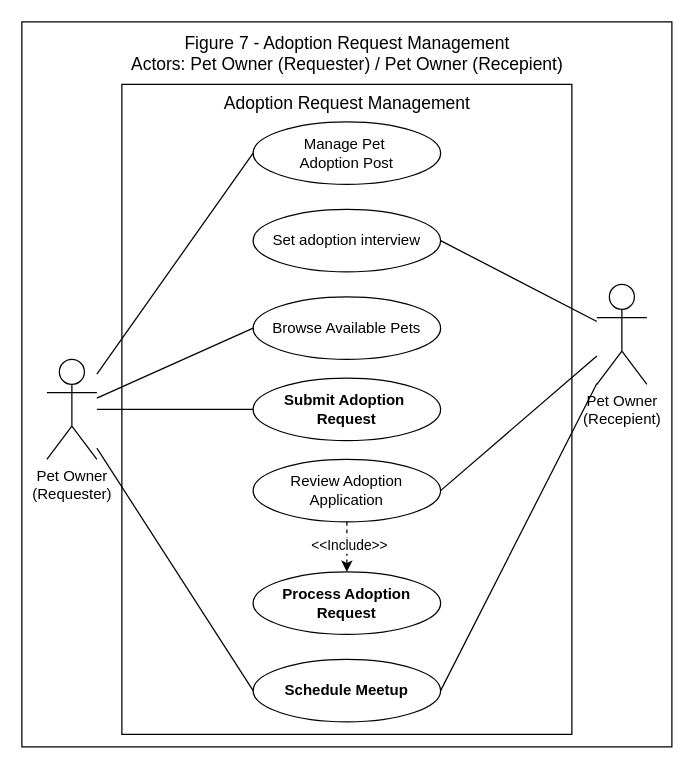
Earlier version of the draw.io diagram page "Fig-7" (7 of 10) of USE-CASE_Diagram_Franco.drawio (Chels013/Breedr-Diagrams). Source tidied: cells renumbered, new cells numbered last; positions are measured from the earlier drawing's top-left corner, leaving out a move shared by most shapes. Both pictures are drawn from the tidied source at 125%, with x=0, y=0 at pixel (21, 21).
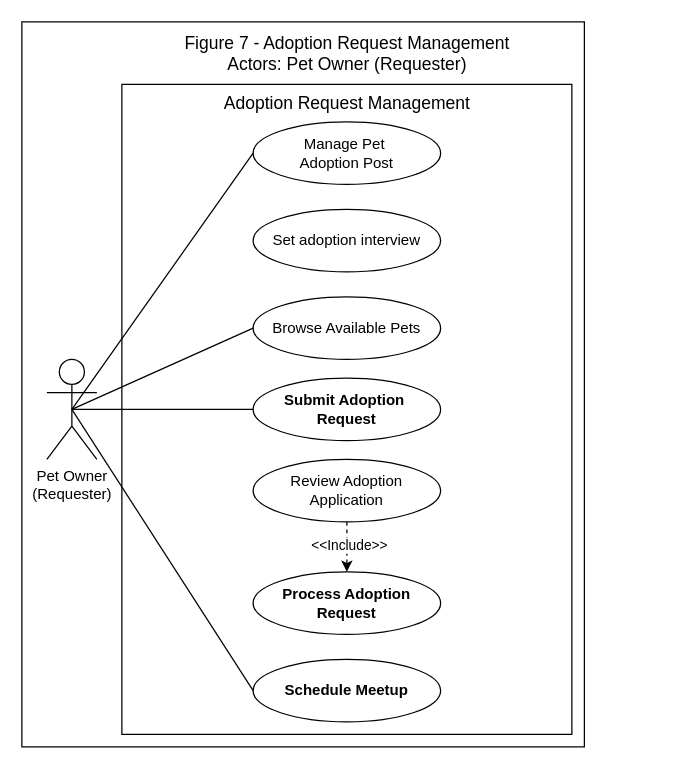
The same diagram, later.

Commit message (it also covers changes not shown here):
i revised the figure 7 and 9 in use case

The change refers to these unchanged cells:
```xml
<mxCell id="6" value="Manage Pet&amp;nbsp;&lt;div&gt;Adoption Post&lt;/div&gt;" style="ellipse;whiteSpace=wrap;html=1;" parent="1" vertex="1">
  <mxGeometry x="185" y="80" width="150" height="50" as="geometry" />
</mxCell>
<mxCell id="7" value="Set adoption interview" style="ellipse;whiteSpace=wrap;html=1;" parent="1" vertex="1">
  <mxGeometry x="185" y="150" width="150" height="50" as="geometry" />
</mxCell>
<mxCell id="8" value="Browse Available Pets" style="ellipse;whiteSpace=wrap;html=1;" parent="1" vertex="1">
  <mxGeometry x="185" y="220" width="150" height="50" as="geometry" />
</mxCell>
<mxCell id="9" value="&lt;span&gt;&lt;b&gt;&lt;/b&gt;&lt;/span&gt;&lt;span&gt;&lt;b&gt;Submit Adoption&amp;nbsp;&lt;/b&gt;&lt;/span&gt;&lt;div&gt;&lt;span&gt;&lt;b&gt;Request&lt;/b&gt;&lt;/span&gt;&lt;/div&gt;" style="ellipse;whiteSpace=wrap;html=1;" parent="1" vertex="1">
  <mxGeometry x="185" y="285" width="150" height="50" as="geometry" />
</mxCell>
<mxCell id="10" value="Pet Owner&lt;br&gt;(Requester)" style="shape=umlActor;verticalLabelPosition=bottom;verticalAlign=top;html=1;outlineConnect=0;" parent="1" vertex="1">
  <mxGeometry x="20" y="270" width="40" height="80" as="geometry" />
</mxCell>
<mxCell id="12" value="Review Adoption Application" style="ellipse;whiteSpace=wrap;html=1;" parent="1" vertex="1">
  <mxGeometry x="185" y="350" width="150" height="50" as="geometry" />
</mxCell>
<mxCell id="14" value="&lt;span&gt;&lt;b&gt;&lt;/b&gt;&lt;/span&gt;&lt;span&gt;&lt;b&gt;Schedule Meetup&lt;/b&gt;&lt;/span&gt;" style="ellipse;whiteSpace=wrap;html=1;" parent="1" vertex="1">
  <mxGeometry x="185" y="510" width="150" height="50" as="geometry" />
</mxCell>
```

Change to the diagram source:
```diff
@@
     <mxCell id="2" style="rounded=0;whiteSpace=wrap;html=1;" parent="1" vertex="1">
-      <mxGeometry width="520" height="580" as="geometry" />
+      <mxGeometry width="450" height="580" as="geometry" />
     </mxCell>
@@
-    <mxCell id="4" value="Figure 7 - Adoption Request Management&lt;div&gt;Actors: Pet Owner (Requester) / Pet Owner (Recepient)&lt;/div&gt;" style="text;html=1;align=center;verticalAlign=middle;whiteSpace=wrap;rounded=0;fontSize=14;" parent="1" vertex="1">
+    <mxCell id="4" value="Figure 7 - Adoption Request Management&lt;div&gt;Actors: Pet Owner (Requester)&lt;/div&gt;" style="text;html=1;align=center;verticalAlign=middle;whiteSpace=wrap;rounded=0;fontSize=14;" parent="1" vertex="1">
       <mxGeometry x="82.5" y="10" width="355" height="30" as="geometry" />
     </mxCell>
@@
-    <mxCell id="11" value="Pet Owner&lt;div&gt;(Recepient)&lt;/div&gt;" style="shape=umlActor;verticalLabelPosition=bottom;verticalAlign=top;html=1;outlineConnect=0;" parent="1" vertex="1">
-      <mxGeometry x="460" y="210" width="40" height="80" as="geometry" />
-    </mxCell>
@@
-    <mxCell id="15" style="endArrow=none;html=1;entryX=0;entryY=0.5;entryDx=0;entryDy=0;" parent="1" edge="1" source="10" target="6">
+    <mxCell id="15" style="endArrow=none;html=1;entryX=0;entryY=0.5;entryDx=0;entryDy=0;exitX=0.5;exitY=0.5;exitDx=0;exitDy=0;exitPerimeter=0;" parent="1" edge="1" source="10" target="6">
       <mxGeometry relative="1" as="geometry" />
     </mxCell>
-    <mxCell id="16" style="endArrow=none;html=1;entryX=1;entryY=0.5;entryDx=0;entryDy=0;" parent="1" edge="1" source="11" target="7">
-      <mxGeometry relative="1" as="geometry" />
-    </mxCell>
-    <mxCell id="17" style="endArrow=none;html=1;entryX=0;entryY=0.5;entryDx=0;entryDy=0;" parent="1" edge="1" source="10" target="8">
+    <mxCell id="17" style="endArrow=none;html=1;entryX=0;entryY=0.5;entryDx=0;entryDy=0;exitX=0.5;exitY=0.5;exitDx=0;exitDy=0;exitPerimeter=0;" parent="1" edge="1" source="10" target="8">
       <mxGeometry relative="1" as="geometry" />
     </mxCell>
-    <mxCell id="18" style="endArrow=none;html=1;entryX=0;entryY=0.5;entryDx=0;entryDy=0;" parent="1" edge="1" source="10" target="9">
+    <mxCell id="18" style="endArrow=none;html=1;entryX=0;entryY=0.5;entryDx=0;entryDy=0;exitX=0.5;exitY=0.5;exitDx=0;exitDy=0;exitPerimeter=0;" parent="1" edge="1" source="10" target="9">
       <mxGeometry relative="1" as="geometry" />
     </mxCell>
-    <mxCell id="19" style="endArrow=none;html=1;exitX=1;exitY=0.5;exitDx=0;exitDy=0;" parent="1" edge="1" source="12" target="11">
-      <mxGeometry relative="1" as="geometry" />
-    </mxCell>
@@
-    <mxCell id="22" style="endArrow=none;html=1;entryX=0;entryY=0.5;entryDx=0;entryDy=0;" parent="1" edge="1" source="10" target="14">
+    <mxCell id="22" style="endArrow=none;html=1;entryX=0;entryY=0.5;entryDx=0;entryDy=0;exitX=0.5;exitY=0.5;exitDx=0;exitDy=0;exitPerimeter=0;" parent="1" edge="1" source="10" target="14">
       <mxGeometry relative="1" as="geometry" />
     </mxCell>
-    <mxCell id="23" style="endArrow=none;html=1;exitX=1;exitY=0.5;exitDx=0;exitDy=0;" parent="1" edge="1" source="14" target="11">
-      <mxGeometry relative="1" as="geometry" />
-    </mxCell>
```
